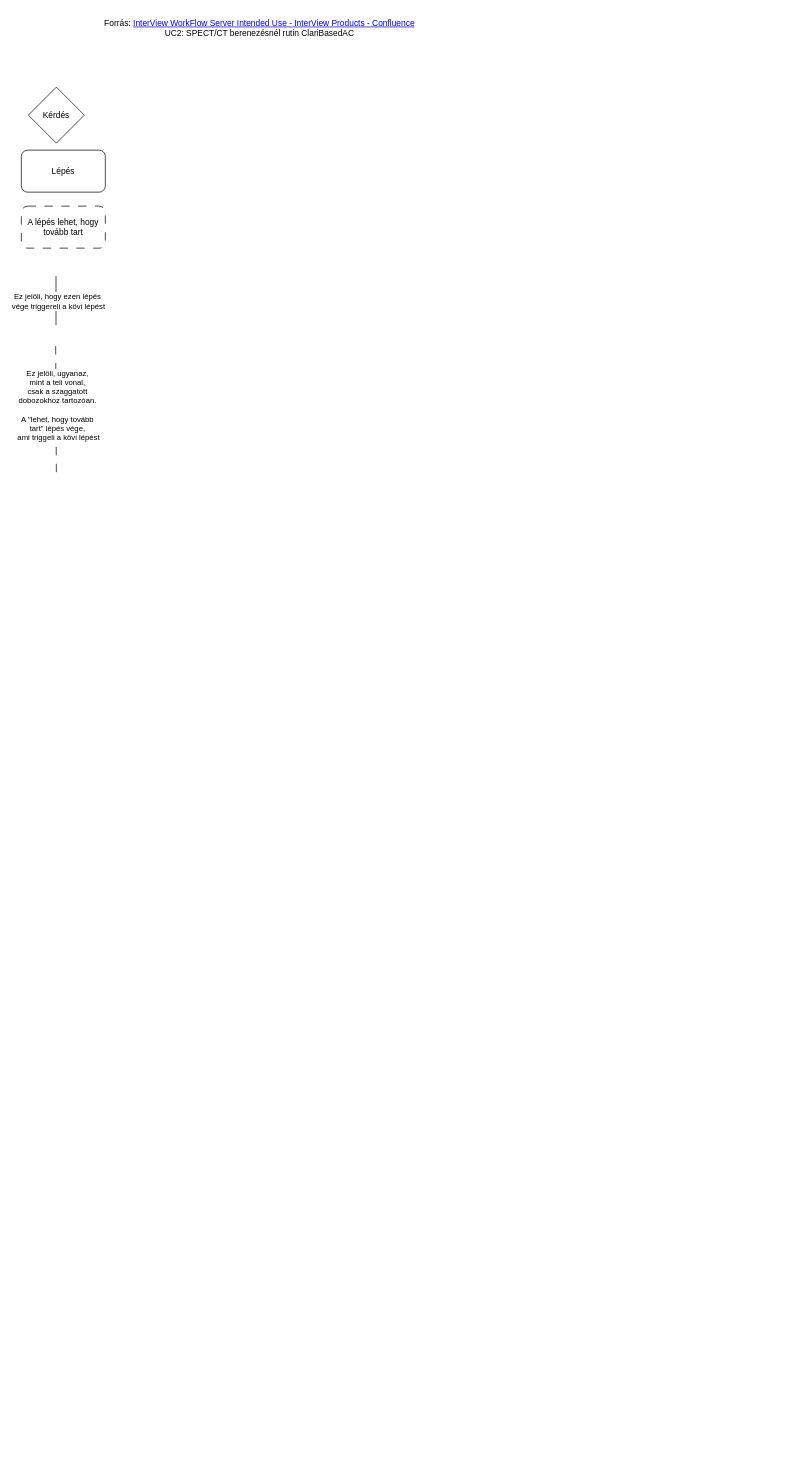
Earlier version of the draw.io diagram IV_Flow_diagram_UC2_SPECT_CT berenezésnél rutin ClariBasedAC.drawio (szvatai1985/drawio_files). Source tidied: cells renumbered, new cells numbered last; positions are measured from the earlier drawing's top-left corner, leaving out a move shared by most shapes. Both pictures are drawn from the tidied source at 70%, with x=0, y=0 at pixel (21, 12).
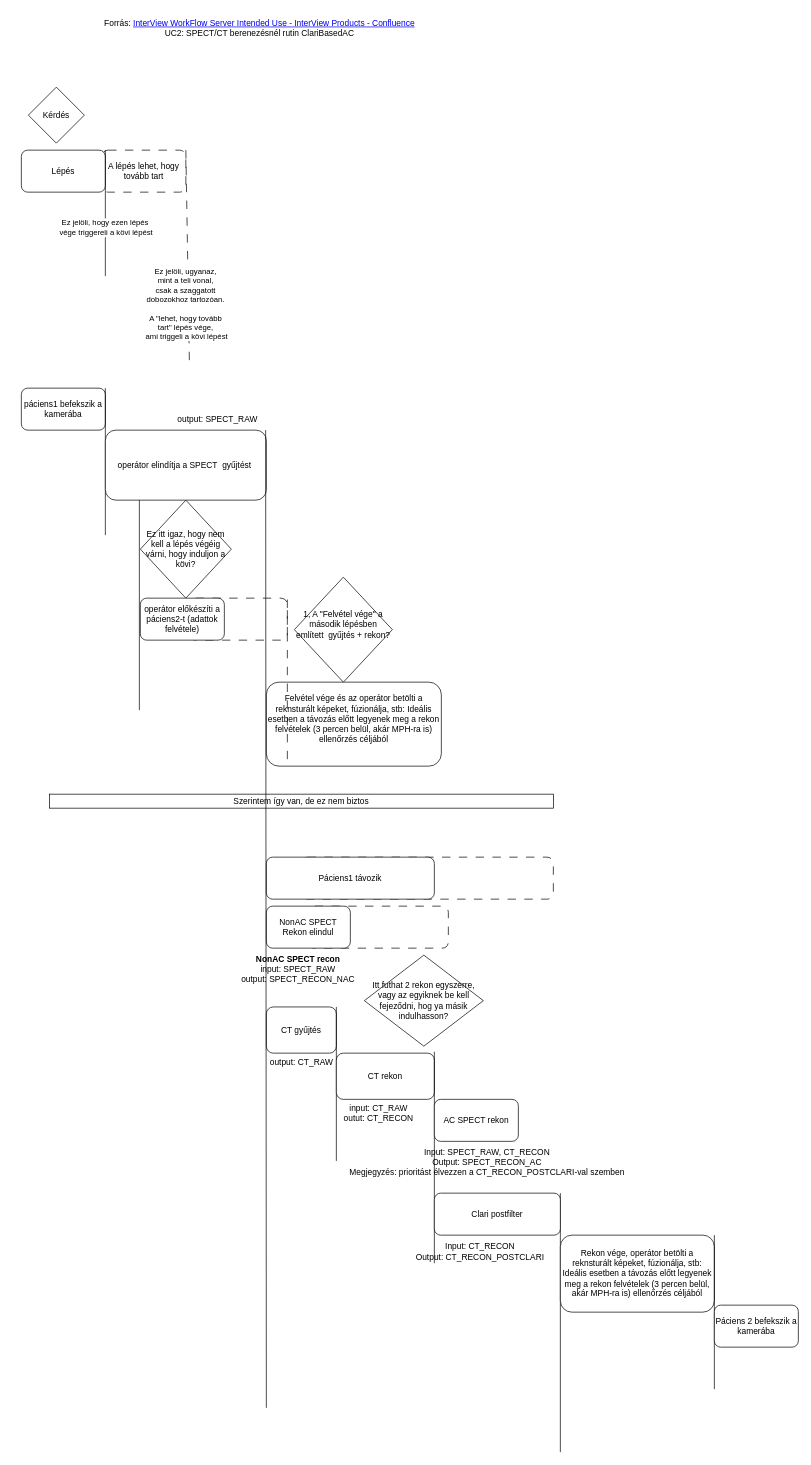
Above is the later version.

Commit message:
'SPECT gyűjtés vége' doboz eltávolítva1

Unchanged cells that the change refers to:
```xml
<mxCell id="3" value="Lépés" style="rounded=1;whiteSpace=wrap;html=1;" parent="1" vertex="1">
  <mxGeometry y="197" width="120" height="60" as="geometry" />
</mxCell>
```

The edit, as a diff of the source:
```diff
@@
+    <mxCell id="9" value="Forrás:&amp;nbsp;&lt;a href=&quot;https://confluence.mediso.com/pages/viewpage.action?pageId=334987753&quot;&gt;InterView WorkFlow Server Intended Use - InterView Products - Confluence&lt;/a&gt;&lt;div&gt;&lt;div&gt;UC2: SPECT/CT berenezésnél rutin ClariBasedAC&lt;/div&gt;&lt;div&gt;&lt;br&gt;&lt;/div&gt;&lt;/div&gt;" style="text;html=1;align=center;verticalAlign=middle;strokeColor=none;fillColor=none;" parent="1" vertex="1">
+      <mxGeometry x="105" width="470" height="60" as="geometry" />
+    </mxCell>
+    <mxCell id="10" style="rounded=1;whiteSpace=wrap;html=1;dashed=1;dashPattern=12 12;" parent="1" vertex="1">
+      <mxGeometry x="240" y="837" width="140" height="60" as="geometry" />
+    </mxCell>
+    <mxCell id="11" value="páciens1 befekszik a kamerába" style="rounded=1;whiteSpace=wrap;html=1;" parent="1" vertex="1">
+      <mxGeometry y="537" width="120" height="60" as="geometry" />
+    </mxCell>
+    <mxCell id="12" style="endArrow=none;html=1;rounded=0;entryX=1;entryY=0;entryDx=0;entryDy=0;" parent="1" edge="1" target="11">
+      <mxGeometry relative="1" as="geometry">
+        <mxPoint x="120" y="747" as="sourcePoint" />
+      </mxGeometry>
+    </mxCell>
+    <mxCell id="13" value="&lt;div&gt;operátor elindítja a&amp;nbsp;SPECT&amp;nbsp; gyűjtést&amp;nbsp;&lt;/div&gt;" style="rounded=1;whiteSpace=wrap;html=1;" parent="1" vertex="1">
+      <mxGeometry x="120" y="597" width="230" height="100" as="geometry" />
+    </mxCell>
+    <mxCell id="14" value="&lt;div&gt;operátor előkészíti a páciens2-t (adattok felvétele)&lt;/div&gt;" style="rounded=1;whiteSpace=wrap;html=1;" parent="1" vertex="1">
+      <mxGeometry x="170" y="837" width="120" height="60" as="geometry" />
+    </mxCell>
+    <mxCell id="15" value="Ez itt igaz, hogy nem kell a lépés végéig várni, hogy induljon a kövi?" style="rhombus;whiteSpace=wrap;html=1;" parent="1" vertex="1">
+      <mxGeometry x="170" y="697" width="130" height="140" as="geometry" />
+    </mxCell>
+    <mxCell id="16" value="&lt;div&gt;Felvétel vége és az operátor betölti a reknsturált képeket, fúzionálja, stb: Ideális esetben a távozás előtt legyenek meg a rekon felvételek (3 percen belül, akár MPH-ra is) ellenőrzés céljából&lt;/div&gt;&lt;div&gt;&lt;br&gt;&lt;/div&gt;" style="rounded=1;whiteSpace=wrap;html=1;" parent="1" vertex="1">
+      <mxGeometry x="350" y="957" width="250" height="120" as="geometry" />
+    </mxCell>
+    <mxCell id="17" style="endArrow=none;html=1;rounded=0;entryX=1;entryY=0;entryDx=0;entryDy=0;dashed=1;dashPattern=12 12;" parent="1" edge="1">
+      <mxGeometry relative="1" as="geometry">
+        <mxPoint x="380" y="1067" as="sourcePoint" />
+        <mxPoint x="380" y="837" as="targetPoint" />
+      </mxGeometry>
+    </mxCell>
+    <mxCell id="18" value="1, A &quot;Felvétel vége&quot; a második lépésben említett&amp;nbsp; gyűjtés + rekon?&lt;div&gt;&lt;br&gt;&lt;/div&gt;" style="rhombus;whiteSpace=wrap;html=1;" parent="1" vertex="1">
+      <mxGeometry x="390" y="807" width="140" height="150" as="geometry" />
+    </mxCell>
+    <mxCell id="19" style="endArrow=none;html=1;rounded=0;" parent="1" edge="1">
+      <mxGeometry relative="1" as="geometry">
+        <mxPoint x="168.6" y="997" as="sourcePoint" />
+        <mxPoint x="168.6" y="697" as="targetPoint" />
+      </mxGeometry>
+    </mxCell>
+    <mxCell id="4" value="A lépés lehet, hogy tovább tart" style="rounded=1;whiteSpace=wrap;html=1;dashed=1;dashPattern=12 12;" parent="1" vertex="1">
+      <mxGeometry x="115" y="197" width="120" height="60" as="geometry" />
+    </mxCell>
@@
-    <mxCell id="4" value="A lépés lehet, hogy tovább tart" style="rounded=1;whiteSpace=wrap;html=1;dashed=1;dashPattern=12 12;" parent="1" vertex="1">
-      <mxGeometry y="277" width="120" height="60" as="geometry" />
-    </mxCell>
-    <mxCell id="5" style="endArrow=none;html=1;rounded=0;" parent="1" edge="1">
-      <mxGeometry relative="1" as="geometry">
-        <mxPoint x="49.5" y="447" as="sourcePoint" />
-        <mxPoint x="49.5" y="377" as="targetPoint" />
-      </mxGeometry>
-    </mxCell>
+    <mxCell id="20" style="endArrow=none;html=1;rounded=0;entryX=1;entryY=0;entryDx=0;entryDy=0;" parent="1" edge="1" target="3">
+      <mxGeometry relative="1" as="geometry">
+        <mxPoint x="120" y="377" as="sourcePoint" />
+      </mxGeometry>
+    </mxCell>
-    <mxCell id="6" value="Ez jelöli, hogy ezen lépés&amp;nbsp;&lt;div&gt;vége triggereli a kövi lépést&lt;/div&gt;" style="edgeLabel;html=1;align=center;verticalAlign=middle;" parent="5" vertex="1">
-      <mxGeometry y="-3" relative="1" as="geometry" />
+    <mxCell id="6" value="Ez jelöli, hogy ezen lépés&amp;nbsp;&lt;div&gt;vége triggereli a kövi lépést&lt;/div&gt;" style="edgeLabel;html=1;align=center;verticalAlign=middle;" parent="20" vertex="1">
+      <mxGeometry y="-3" relative="1" as="geometry">
+        <mxPoint x="-3" y="20" as="offset" />
+      </mxGeometry>
     </mxCell>
-    <mxCell id="7" style="endArrow=none;html=1;rounded=0;dashed=1;dashPattern=12 12;" parent="1" edge="1">
-      <mxGeometry relative="1" as="geometry">
-        <mxPoint x="50" y="657" as="sourcePoint" />
-        <mxPoint x="49" y="467" as="targetPoint" />
-      </mxGeometry>
-    </mxCell>
+    <mxCell id="21" style="endArrow=none;html=1;rounded=0;dashed=1;dashPattern=12 12;" parent="1" edge="1">
+      <mxGeometry relative="1" as="geometry">
+        <mxPoint x="240" y="497" as="sourcePoint" />
+        <mxPoint x="235" y="197" as="targetPoint" />
+      </mxGeometry>
+    </mxCell>
-    <mxCell id="8" value="Ez jelöli, ugyanaz,&amp;nbsp;&lt;div&gt;mint a teli vonal,&amp;nbsp;&lt;div&gt;csak a szaggatott&amp;nbsp;&lt;/div&gt;&lt;div&gt;dobozokhoz tartozóan.&amp;nbsp;&lt;/div&gt;&lt;div&gt;&lt;br&gt;&lt;/div&gt;&lt;div&gt;A &quot;lehet, hogy tovább&amp;nbsp;&lt;/div&gt;&lt;div&gt;tart&quot; lépés vége,&amp;nbsp;&lt;/div&gt;&lt;div&gt;ami triggeli a kövi lépést&lt;/div&gt;&lt;/div&gt;" style="edgeLabel;html=1;align=center;verticalAlign=middle;" parent="7" vertex="1">
-      <mxGeometry y="-3" relative="1" as="geometry" />
+    <mxCell id="8" value="Ez jelöli, ugyanaz,&amp;nbsp;&lt;div&gt;mint a teli vonal,&amp;nbsp;&lt;div&gt;csak a szaggatott&amp;nbsp;&lt;/div&gt;&lt;div&gt;dobozokhoz tartozóan.&amp;nbsp;&lt;/div&gt;&lt;div&gt;&lt;br&gt;&lt;/div&gt;&lt;div&gt;A &quot;lehet, hogy tovább&amp;nbsp;&lt;/div&gt;&lt;div&gt;tart&quot; lépés vége,&amp;nbsp;&lt;/div&gt;&lt;div&gt;ami triggeli a kövi lépést&lt;/div&gt;&lt;/div&gt;" style="edgeLabel;html=1;align=center;verticalAlign=middle;" parent="21" vertex="1">
+      <mxGeometry y="-3" relative="1" as="geometry">
+        <mxPoint x="-5" y="70" as="offset" />
+      </mxGeometry>
     </mxCell>
-    <mxCell id="9" value="Forrás:&amp;nbsp;&lt;a href=&quot;https://confluence.mediso.com/pages/viewpage.action?pageId=334987753&quot;&gt;InterView WorkFlow Server Intended Use - InterView Products - Confluence&lt;/a&gt;&lt;div&gt;&lt;div&gt;UC2: SPECT/CT berenezésnél rutin ClariBasedAC&lt;/div&gt;&lt;div&gt;&lt;br&gt;&lt;/div&gt;&lt;/div&gt;" style="text;html=1;align=center;verticalAlign=middle;strokeColor=none;fillColor=none;" parent="1" vertex="1">
-      <mxGeometry x="105" width="470" height="60" as="geometry" />
-    </mxCell>
+    <mxCell id="22" style="rounded=1;whiteSpace=wrap;html=1;dashed=1;dashPattern=12 12;" parent="1" vertex="1">
+      <mxGeometry x="410" y="1277" width="200" height="60" as="geometry" />
+    </mxCell>
+    <mxCell id="23" style="rounded=1;whiteSpace=wrap;html=1;dashed=1;dashPattern=12 12;" parent="1" vertex="1">
+      <mxGeometry x="400" y="1207" width="360" height="60" as="geometry" />
+    </mxCell>
+    <mxCell id="24" value="Szerintem így van, de ez nem biztos" style="rounded=0;whiteSpace=wrap;html=1;" parent="1" vertex="1">
+      <mxGeometry x="40" y="1117" width="720" height="20" as="geometry" />
+    </mxCell>
+    <mxCell id="25" value="Páciens1 távozik" style="rounded=1;whiteSpace=wrap;html=1;" parent="1" vertex="1">
+      <mxGeometry x="350" y="1207" width="240" height="60" as="geometry" />
+    </mxCell>
+    <mxCell id="26" value="NonAC SPECT Rekon elindul" style="rounded=1;whiteSpace=wrap;html=1;" parent="1" vertex="1">
+      <mxGeometry x="350" y="1277" width="120" height="60" as="geometry" />
+    </mxCell>
+    <mxCell id="27" style="endArrow=none;html=1;rounded=0;entryX=1;entryY=0;entryDx=0;entryDy=0;" parent="1" edge="1">
+      <mxGeometry relative="1" as="geometry">
+        <mxPoint x="770" y="2057" as="sourcePoint" />
+        <mxPoint x="770" y="1687" as="targetPoint" />
+      </mxGeometry>
+    </mxCell>
+    <mxCell id="28" value="Rekon vége, operátor betölti a reknsturált képeket, fúzionálja, stb: Ideális esetben a távozás előtt legyenek meg a rekon felvételek (3 percen belül, akár MPH-ra is) ellenőrzés céljából" style="rounded=1;whiteSpace=wrap;html=1;" parent="1" vertex="1">
+      <mxGeometry x="770" y="1747" width="220" height="110" as="geometry" />
+    </mxCell>
+    <mxCell id="29" style="endArrow=none;html=1;rounded=0;entryX=1;entryY=0;entryDx=0;entryDy=0;" parent="1" edge="1">
+      <mxGeometry relative="1" as="geometry">
+        <mxPoint x="990" y="1967" as="sourcePoint" />
+        <mxPoint x="990" y="1747" as="targetPoint" />
+      </mxGeometry>
+    </mxCell>
+    <mxCell id="30" value="&lt;div&gt;Páciens 2 befekszik a kamerába&lt;/div&gt;" style="rounded=1;whiteSpace=wrap;html=1;" parent="1" vertex="1">
+      <mxGeometry x="990" y="1847" width="120" height="60" as="geometry" />
+    </mxCell>
+    <mxCell id="31" value="output: SPECT_RAW" style="text;html=1;align=center;verticalAlign=middle;strokeColor=none;fillColor=none;" parent="1" vertex="1">
+      <mxGeometry x="210" y="567" width="140" height="30" as="geometry" />
+    </mxCell>
+    <mxCell id="32" value="&lt;b&gt;NonAC SPECT recon&lt;/b&gt;&lt;div&gt;&lt;div&gt;input: SPECT_RAW&lt;/div&gt;&lt;div&gt;output: SPECT_RECON_NAC&lt;/div&gt;&lt;/div&gt;" style="text;html=1;align=center;verticalAlign=middle;strokeColor=none;fillColor=none;" parent="1" vertex="1">
+      <mxGeometry x="300" y="1337" width="190" height="60" as="geometry" />
+    </mxCell>
+    <mxCell id="33" value="CT gyűjtés" style="rounded=1;whiteSpace=wrap;html=1;" parent="1" vertex="1">
+      <mxGeometry x="350" y="1421" width="100" height="66" as="geometry" />
+    </mxCell>
+    <mxCell id="34" value="&lt;div&gt;output: CT_RAW&lt;/div&gt;" style="text;html=1;align=center;verticalAlign=middle;strokeColor=none;fillColor=none;" parent="1" vertex="1">
+      <mxGeometry x="345" y="1485" width="110" height="30" as="geometry" />
+    </mxCell>
+    <mxCell id="35" style="endArrow=none;html=1;rounded=0;entryX=1;entryY=0;entryDx=0;entryDy=0;" parent="1" edge="1">
+      <mxGeometry relative="1" as="geometry">
+        <mxPoint x="450" y="1641" as="sourcePoint" />
+        <mxPoint x="450" y="1421" as="targetPoint" />
+      </mxGeometry>
+    </mxCell>
+    <mxCell id="36" value="CT rekon" style="rounded=1;whiteSpace=wrap;html=1;" parent="1" vertex="1">
+      <mxGeometry x="450" y="1487" width="140" height="66" as="geometry" />
+    </mxCell>
+    <mxCell id="37" value="&lt;div&gt;input: CT_RAW&lt;/div&gt;&lt;div&gt;outut: CT_RECON&lt;/div&gt;" style="text;html=1;align=center;verticalAlign=middle;strokeColor=none;fillColor=none;" parent="1" vertex="1">
+      <mxGeometry x="450" y="1553" width="120" height="40" as="geometry" />
+    </mxCell>
+    <mxCell id="38" style="endArrow=none;html=1;rounded=0;entryX=1;entryY=0;entryDx=0;entryDy=0;" parent="1" edge="1">
+      <mxGeometry relative="1" as="geometry">
+        <mxPoint x="590" y="1787" as="sourcePoint" />
+        <mxPoint x="590" y="1485" as="targetPoint" />
+      </mxGeometry>
+    </mxCell>
+    <mxCell id="39" value="&lt;div&gt;Clari postfilter&lt;/div&gt;" style="rounded=1;whiteSpace=wrap;html=1;" parent="1" vertex="1">
+      <mxGeometry x="590" y="1687" width="180" height="60" as="geometry" />
+    </mxCell>
+    <mxCell id="40" value="&lt;div&gt;Input: CT_RECON&lt;/div&gt;&lt;div&gt;Output: CT_RECON_POSTCLARI&lt;/div&gt;" style="text;html=1;align=center;verticalAlign=middle;strokeColor=none;fillColor=none;" parent="1" vertex="1">
+      <mxGeometry x="550" y="1751" width="210" height="40" as="geometry" />
+    </mxCell>
+    <mxCell id="41" value="AC SPECT rekon" style="rounded=1;whiteSpace=wrap;html=1;" parent="1" vertex="1">
+      <mxGeometry x="590" y="1553" width="120" height="60" as="geometry" />
+    </mxCell>
+    <mxCell id="42" value="&lt;div&gt;Input: SPECT_RAW, CT_RECON&lt;/div&gt;&lt;div&gt;Output: SPECT_RECON_AC&lt;/div&gt;&lt;div&gt;Megjegyzés: prioritást élvezzen a CT_RECON_POSTCLARI-val szemben&lt;/div&gt;" style="text;html=1;align=center;verticalAlign=middle;strokeColor=none;fillColor=none;" parent="1" vertex="1">
+      <mxGeometry x="455" y="1613" width="420" height="60" as="geometry" />
+    </mxCell>
+    <mxCell id="43" value="Itt futhat 2 rekon egyszerre, vagy az egyiknek be kell fejeződni, hog ya másik indulhasson?" style="rhombus;whiteSpace=wrap;html=1;" parent="1" vertex="1">
+      <mxGeometry x="490" y="1347" width="170" height="130" as="geometry" />
+    </mxCell>
+    <mxCell id="44" style="endArrow=none;html=1;rounded=0;entryX=1;entryY=0;entryDx=0;entryDy=0;" parent="1" edge="1">
+      <mxGeometry relative="1" as="geometry">
+        <mxPoint x="350" y="1993.7" as="sourcePoint" />
+        <mxPoint x="349" y="597" as="targetPoint" />
+      </mxGeometry>
+    </mxCell>
```
